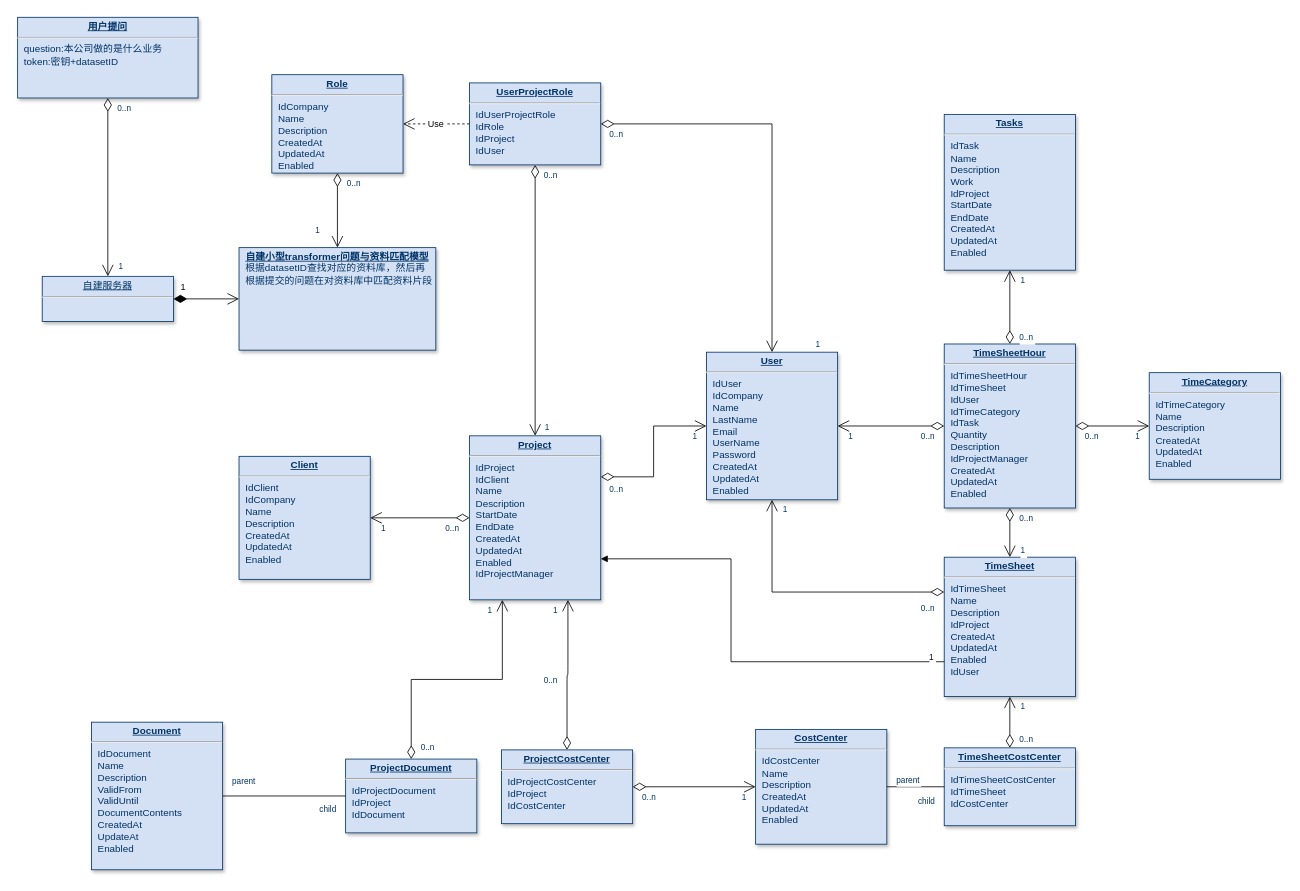
Before: 未命名绘图.drawio in jume2003/transformers, a draw.io diagram. Source tidied: cells renumbered, new cells numbered last; positions are measured from the earlier drawing's top-left corner, leaving out a move shared by most shapes. Both pictures are drawn from the tidied source at 82%, with x=0, y=0 at pixel (17, 17).
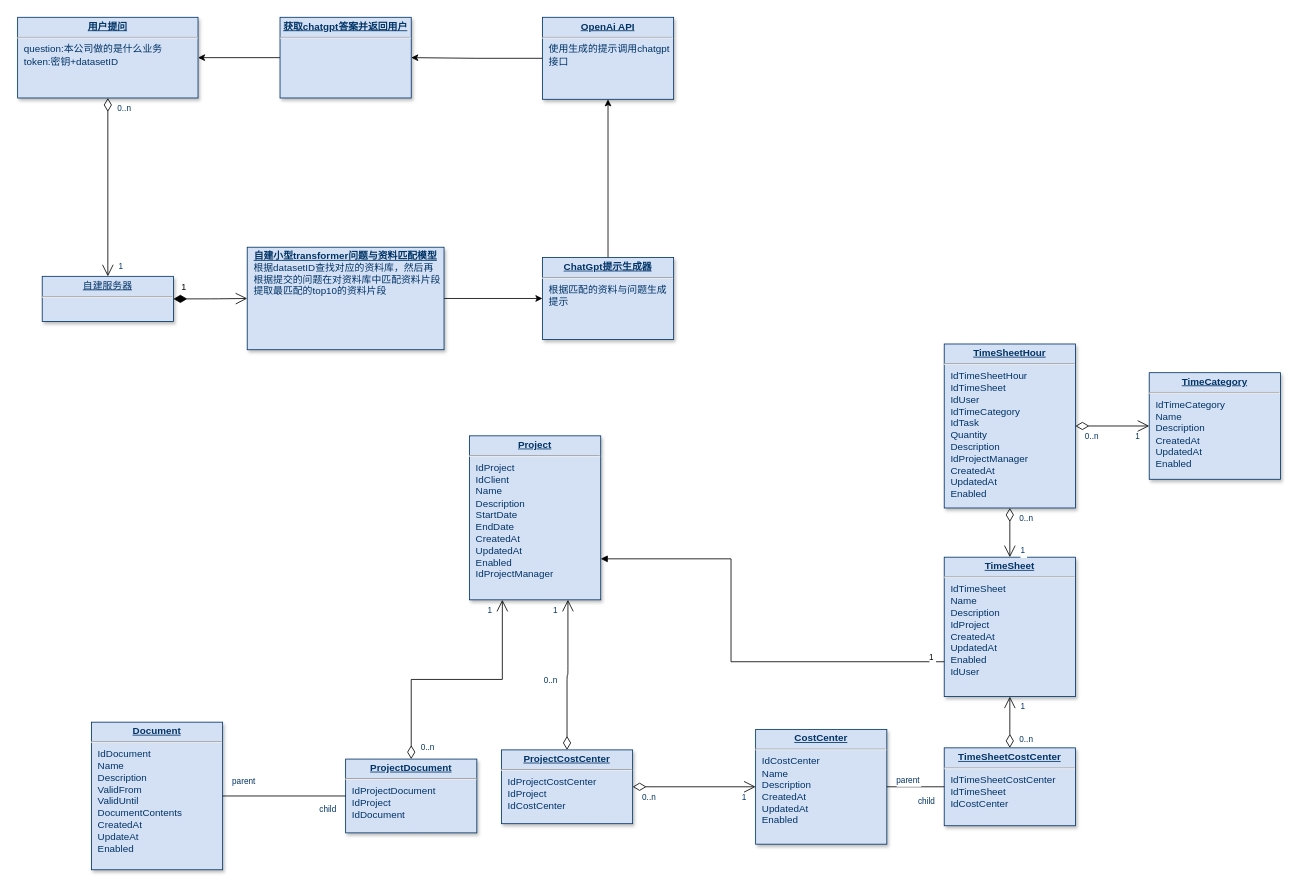
Above is the later version.

Commit message:
更新未命名绘图.drawio

The change refers to these unchanged cells:
```xml
<mxCell id="8" value="&lt;p style=&quot;margin: 0px; margin-top: 4px; text-align: center; text-decoration: underline;&quot;&gt;&lt;b&gt;用户提问&lt;/b&gt;&lt;/p&gt;&lt;hr&gt;&lt;p style=&quot;margin: 0px; margin-left: 8px;&quot;&gt;question:本公司做的是什么业务&lt;/p&gt;&lt;p style=&quot;margin: 0px; margin-left: 8px;&quot;&gt;token:密钥+datasetID&lt;/p&gt;" style="verticalAlign=top;align=left;overflow=fill;fontSize=12;fontFamily=Helvetica;html=1;strokeColor=#003366;shadow=1;fillColor=#D4E1F5;fontColor=#003366;" parent="1" vertex="1">
  <mxGeometry y="-0.4" width="220" height="98.4" as="geometry" />
</mxCell>
<mxCell id="9" value="&lt;p style=&quot;margin: 0px; margin-top: 4px; text-align: center; text-decoration: underline;&quot;&gt;&lt;strong&gt;TimeSheet&lt;/strong&gt;&lt;/p&gt;&lt;hr /&gt;&lt;p style=&quot;margin: 0px; margin-left: 8px;&quot;&gt;IdTimeSheet&lt;/p&gt;&lt;p style=&quot;margin: 0px; margin-left: 8px;&quot;&gt;Name&lt;/p&gt;&lt;p style=&quot;margin: 0px; margin-left: 8px;&quot;&gt;Description&lt;/p&gt;&lt;p style=&quot;margin: 0px; margin-left: 8px;&quot;&gt;IdProject&lt;/p&gt;&lt;p style=&quot;margin: 0px; margin-left: 8px;&quot;&gt;CreatedAt&lt;/p&gt;&lt;p style=&quot;margin: 0px; margin-left: 8px;&quot;&gt;UpdatedAt&lt;/p&gt;&lt;p style=&quot;margin: 0px; margin-left: 8px;&quot;&gt;Enabled&lt;/p&gt;&lt;p style=&quot;margin: 0px; margin-left: 8px;&quot;&gt;IdUser&lt;/p&gt;" style="verticalAlign=top;align=left;overflow=fill;fontSize=12;fontFamily=Helvetica;html=1;strokeColor=#003366;shadow=1;fillColor=#D4E1F5;fontColor=#003366;" parent="1" vertex="1">
  <mxGeometry x="1130" y="658" width="160" height="170" as="geometry" />
</mxCell>
<mxCell id="10" value="&lt;p style=&quot;margin: 0px; margin-top: 4px; text-align: center; text-decoration: underline;&quot;&gt;&lt;strong&gt;TimeSheetHour&lt;/strong&gt;&lt;/p&gt;&lt;hr /&gt;&lt;p style=&quot;margin: 0px; margin-left: 8px;&quot;&gt;IdTimeSheetHour&lt;br /&gt;IdTimeSheet&lt;/p&gt;&lt;p style=&quot;margin: 0px; margin-left: 8px;&quot;&gt;IdUser&lt;/p&gt;&lt;p style=&quot;margin: 0px; margin-left: 8px;&quot;&gt;IdTimeCategory&lt;/p&gt;&lt;p style=&quot;margin: 0px; margin-left: 8px;&quot;&gt;IdTask&lt;/p&gt;&lt;p style=&quot;margin: 0px; margin-left: 8px;&quot;&gt;Quantity&lt;/p&gt;&lt;p style=&quot;margin: 0px; margin-left: 8px;&quot;&gt;Description&lt;/p&gt;&lt;p style=&quot;margin: 0px; margin-left: 8px;&quot;&gt;IdProjectManager&lt;/p&gt;&lt;p style=&quot;margin: 0px; margin-left: 8px;&quot;&gt;CreatedAt&lt;/p&gt;&lt;p style=&quot;margin: 0px; margin-left: 8px;&quot;&gt;UpdatedAt&lt;/p&gt;&lt;p style=&quot;margin: 0px; margin-left: 8px;&quot;&gt;Enabled&lt;/p&gt;" style="verticalAlign=top;align=left;overflow=fill;fontSize=12;fontFamily=Helvetica;html=1;strokeColor=#003366;shadow=1;fillColor=#D4E1F5;fontColor=#003366;" parent="1" vertex="1">
  <mxGeometry x="1130" y="398" width="160" height="200" as="geometry" />
</mxCell>
<mxCell id="12" value="&lt;p style=&quot;margin: 0px; margin-top: 4px; text-align: center; text-decoration: underline;&quot;&gt;&lt;strong&gt;Project&lt;/strong&gt;&lt;/p&gt;&lt;hr /&gt;&lt;p style=&quot;margin: 0px; margin-left: 8px;&quot;&gt;IdProject&lt;/p&gt;&lt;p style=&quot;margin: 0px; margin-left: 8px;&quot;&gt;IdClient&lt;/p&gt;&lt;p style=&quot;margin: 0px; margin-left: 8px;&quot;&gt;Name&lt;/p&gt;&lt;p style=&quot;margin: 0px; margin-left: 8px;&quot;&gt;Description&lt;/p&gt;&lt;p style=&quot;margin: 0px; margin-left: 8px;&quot;&gt;StartDate&lt;/p&gt;&lt;p style=&quot;margin: 0px; margin-left: 8px;&quot;&gt;EndDate&lt;/p&gt;&lt;p style=&quot;margin: 0px; margin-left: 8px;&quot;&gt;CreatedAt&lt;/p&gt;&lt;p style=&quot;margin: 0px; margin-left: 8px;&quot;&gt;UpdatedAt&lt;/p&gt;&lt;p style=&quot;margin: 0px; margin-left: 8px;&quot;&gt;Enabled&lt;br /&gt;IdProjectManager&lt;/p&gt;" style="verticalAlign=top;align=left;overflow=fill;fontSize=12;fontFamily=Helvetica;html=1;strokeColor=#003366;shadow=1;fillColor=#D4E1F5;fontColor=#003366;" parent="1" vertex="1">
  <mxGeometry x="551.1" y="510" width="160" height="200" as="geometry" />
</mxCell>
```

What changed in the source:
```diff
@@
-    <mxCell id="2" value="&lt;p style=&quot;margin: 0px; margin-top: 4px; text-align: center; text-decoration: underline;&quot;&gt;&lt;strong&gt;Role&lt;/strong&gt;&lt;/p&gt;&lt;hr /&gt;&lt;p style=&quot;margin: 0px; margin-left: 8px;&quot;&gt;IdCompany&lt;br /&gt;Name&lt;/p&gt;&lt;p style=&quot;margin: 0px; margin-left: 8px;&quot;&gt;Description&lt;/p&gt;&lt;p style=&quot;margin: 0px; margin-left: 8px;&quot;&gt;CreatedAt&lt;/p&gt;&lt;p style=&quot;margin: 0px; margin-left: 8px;&quot;&gt;UpdatedAt&lt;/p&gt;&lt;p style=&quot;margin: 0px; margin-left: 8px;&quot;&gt;Enabled&lt;/p&gt;" style="verticalAlign=top;align=left;overflow=fill;fontSize=12;fontFamily=Helvetica;html=1;strokeColor=#003366;shadow=1;fillColor=#D4E1F5;fontColor=#003366;" parent="1" vertex="1">
-      <mxGeometry x="310" y="69.6" width="160" height="120" as="geometry" />
-    </mxCell>
+    <mxCell id="74" style="edgeStyle=orthogonalEdgeStyle;rounded=0;jettySize=auto;html=1;exitX=1;exitY=0.5;exitDx=0;exitDy=0;" parent="1" edge="1" source="3" target="6">
+      <mxGeometry relative="1" as="geometry" />
+    </mxCell>
-    <mxCell id="3" value="&lt;p style=&quot;margin: 0px; margin-top: 4px; text-align: center; text-decoration: underline;&quot;&gt;&lt;b&gt;自建小型transformer问题与资料匹配模型&lt;/b&gt;&lt;/p&gt;&lt;p style=&quot;margin: 0px; margin-left: 8px;&quot;&gt;根据datasetID查找对应的资料库，然后再&lt;/p&gt;&lt;p style=&quot;margin: 0px; margin-left: 8px;&quot;&gt;根据提交的问题在对资料库中匹配资料片段&lt;/p&gt;&lt;p style=&quot;margin: 0px; margin-left: 8px;&quot;&gt;&lt;br&gt;&lt;/p&gt;" style="verticalAlign=top;align=left;overflow=fill;fontSize=12;fontFamily=Helvetica;html=1;strokeColor=#003366;shadow=1;fillColor=#D4E1F5;fontColor=#003366;" parent="1" vertex="1">
-      <mxGeometry x="270" y="280.5" width="240" height="125" as="geometry" />
+    <mxCell id="3" value="&lt;p style=&quot;margin: 0px; margin-top: 4px; text-align: center; text-decoration: underline;&quot;&gt;&lt;b&gt;自建小型transformer问题与资料匹配模型&lt;/b&gt;&lt;/p&gt;&lt;p style=&quot;margin: 0px; margin-left: 8px;&quot;&gt;根据datasetID查找对应的资料库，然后再&lt;/p&gt;&lt;p style=&quot;margin: 0px; margin-left: 8px;&quot;&gt;根据提交的问题在对资料库中匹配资料片段&lt;/p&gt;&lt;p style=&quot;margin: 0px; margin-left: 8px;&quot;&gt;提取最匹配的top10的资料片段&lt;/p&gt;" style="verticalAlign=top;align=left;overflow=fill;fontSize=12;fontFamily=Helvetica;html=1;strokeColor=#003366;shadow=1;fillColor=#D4E1F5;fontColor=#003366;" parent="1" vertex="1">
+      <mxGeometry x="280" y="280" width="240" height="125" as="geometry" />
     </mxCell>
@@
+    <mxCell id="75" style="edgeStyle=orthogonalEdgeStyle;rounded=0;jettySize=auto;html=1;entryX=1;entryY=0.5;entryDx=0;entryDy=0;" parent="1" edge="1" source="5" target="8">
+      <mxGeometry relative="1" as="geometry" />
+    </mxCell>
-    <mxCell id="5" value="&lt;p style=&quot;margin: 0px; margin-top: 4px; text-align: center; text-decoration: underline;&quot;&gt;&lt;strong&gt;User&lt;/strong&gt;&lt;/p&gt;&lt;hr /&gt;&lt;p style=&quot;margin: 0px; margin-left: 8px;&quot;&gt;IdUser&lt;/p&gt;&lt;p style=&quot;margin: 0px; margin-left: 8px;&quot;&gt;IdCompany&lt;/p&gt;&lt;p style=&quot;margin: 0px; margin-left: 8px;&quot;&gt;Name&lt;/p&gt;&lt;p style=&quot;margin: 0px; margin-left: 8px;&quot;&gt;LastName&lt;/p&gt;&lt;p style=&quot;margin: 0px; margin-left: 8px;&quot;&gt;Email&lt;/p&gt;&lt;p style=&quot;margin: 0px; margin-left: 8px;&quot;&gt;UserName&lt;/p&gt;&lt;p style=&quot;margin: 0px; margin-left: 8px;&quot;&gt;Password&lt;/p&gt;&lt;p style=&quot;margin: 0px; margin-left: 8px;&quot;&gt;CreatedAt&lt;/p&gt;&lt;p style=&quot;margin: 0px; margin-left: 8px;&quot;&gt;UpdatedAt&lt;/p&gt;&lt;p style=&quot;margin: 0px; margin-left: 8px;&quot;&gt;Enabled&lt;/p&gt;" style="verticalAlign=top;align=left;overflow=fill;fontSize=12;fontFamily=Helvetica;html=1;strokeColor=#003366;shadow=1;fillColor=#D4E1F5;fontColor=#003366;" parent="1" vertex="1">
-      <mxGeometry x="840" y="408" width="160" height="180" as="geometry" />
+    <mxCell id="5" value="&lt;p style=&quot;margin: 0px; margin-top: 4px; text-align: center; text-decoration: underline;&quot;&gt;&lt;b&gt;获取chatgpt答案并返回用户&lt;/b&gt;&lt;/p&gt;&lt;hr&gt;&lt;p style=&quot;margin: 0px; margin-left: 8px;&quot;&gt;&lt;br&gt;&lt;/p&gt;" style="verticalAlign=top;align=left;overflow=fill;fontSize=12;fontFamily=Helvetica;html=1;strokeColor=#003366;shadow=1;fillColor=#D4E1F5;fontColor=#003366;" parent="1" vertex="1">
+      <mxGeometry x="320" y="-0.4" width="160" height="98.4" as="geometry" />
     </mxCell>
+    <mxCell id="76" style="edgeStyle=orthogonalEdgeStyle;rounded=0;jettySize=auto;html=1;exitX=0.5;exitY=0;exitDx=0;exitDy=0;" parent="1" edge="1" source="6" target="18">
+      <mxGeometry relative="1" as="geometry" />
+    </mxCell>
-    <mxCell id="6" value="&lt;p style=&quot;margin: 0px; margin-top: 4px; text-align: center; text-decoration: underline;&quot;&gt;&lt;strong&gt;UserProjectRole&lt;/strong&gt;&lt;/p&gt;&lt;hr /&gt;&lt;p style=&quot;margin: 0px; margin-left: 8px;&quot;&gt;IdUserProjectRole&lt;/p&gt;&lt;p style=&quot;margin: 0px; margin-left: 8px;&quot;&gt;IdRole&lt;/p&gt;&lt;p style=&quot;margin: 0px; margin-left: 8px;&quot;&gt;IdProject&lt;/p&gt;&lt;p style=&quot;margin: 0px; margin-left: 8px;&quot;&gt;IdUser&lt;/p&gt;" style="verticalAlign=top;align=left;overflow=fill;fontSize=12;fontFamily=Helvetica;html=1;strokeColor=#003366;shadow=1;fillColor=#D4E1F5;fontColor=#003366;" parent="1" vertex="1">
-      <mxGeometry x="551.1" y="79.6" width="160" height="100" as="geometry" />
+    <mxCell id="6" value="&lt;p style=&quot;margin: 0px; margin-top: 4px; text-align: center; text-decoration: underline;&quot;&gt;&lt;b&gt;ChatGpt提示生成器&lt;/b&gt;&lt;/p&gt;&lt;hr&gt;&lt;p style=&quot;margin: 0px; margin-left: 8px;&quot;&gt;根据匹配的资料与问题生成&lt;/p&gt;&lt;p style=&quot;margin: 0px; margin-left: 8px;&quot;&gt;提示&lt;/p&gt;" style="verticalAlign=top;align=left;overflow=fill;fontSize=12;fontFamily=Helvetica;html=1;strokeColor=#003366;shadow=1;fillColor=#D4E1F5;fontColor=#003366;" parent="1" vertex="1">
+      <mxGeometry x="640" y="292.5" width="160" height="100" as="geometry" />
     </mxCell>
-    <mxCell id="7" value="&lt;p style=&quot;margin: 0px; margin-top: 4px; text-align: center; text-decoration: underline;&quot;&gt;&lt;strong&gt;Client&lt;/strong&gt;&lt;/p&gt;&lt;hr /&gt;&lt;p style=&quot;margin: 0px; margin-left: 8px;&quot;&gt;IdClient&lt;/p&gt;&lt;p style=&quot;margin: 0px; margin-left: 8px;&quot;&gt;IdCompany&lt;/p&gt;&lt;p style=&quot;margin: 0px; margin-left: 8px;&quot;&gt;Name&lt;/p&gt;&lt;p style=&quot;margin: 0px; margin-left: 8px;&quot;&gt;Description&lt;/p&gt;&lt;p style=&quot;margin: 0px; margin-left: 8px;&quot;&gt;CreatedAt&lt;/p&gt;&lt;p style=&quot;margin: 0px; margin-left: 8px;&quot;&gt;UpdatedAt&lt;/p&gt;&lt;p style=&quot;margin: 0px; margin-left: 8px;&quot;&gt;Enabled&lt;/p&gt;" style="verticalAlign=top;align=left;overflow=fill;fontSize=12;fontFamily=Helvetica;html=1;strokeColor=#003366;shadow=1;fillColor=#D4E1F5;fontColor=#003366;" parent="1" vertex="1">
-      <mxGeometry x="270" y="535" width="160" height="150" as="geometry" />
-    </mxCell>
@@
+    <mxCell id="77" style="edgeStyle=orthogonalEdgeStyle;rounded=0;jettySize=auto;html=1;exitX=0;exitY=0.5;exitDx=0;exitDy=0;entryX=1;entryY=0.5;entryDx=0;entryDy=0;" parent="1" edge="1" source="18" target="5">
+      <mxGeometry relative="1" as="geometry" />
+    </mxCell>
-    <mxCell id="18" value="&lt;p style=&quot;margin: 0px; margin-top: 4px; text-align: center; text-decoration: underline;&quot;&gt;&lt;strong&gt;Tasks&lt;/strong&gt;&lt;/p&gt;&lt;hr /&gt;&lt;p style=&quot;margin: 0px; margin-left: 8px;&quot;&gt;IdTask&lt;/p&gt;&lt;p style=&quot;margin: 0px; margin-left: 8px;&quot;&gt;Name&lt;/p&gt;&lt;p style=&quot;margin: 0px; margin-left: 8px;&quot;&gt;Description&lt;/p&gt;&lt;p style=&quot;margin: 0px; margin-left: 8px;&quot;&gt;Work&lt;/p&gt;&lt;p style=&quot;margin: 0px; margin-left: 8px;&quot;&gt;IdProject&lt;/p&gt;&lt;p style=&quot;margin: 0px; margin-left: 8px;&quot;&gt;StartDate&lt;/p&gt;&lt;p style=&quot;margin: 0px; margin-left: 8px;&quot;&gt;EndDate&lt;/p&gt;&lt;p style=&quot;margin: 0px; margin-left: 8px;&quot;&gt;CreatedAt&lt;/p&gt;&lt;p style=&quot;margin: 0px; margin-left: 8px;&quot;&gt;UpdatedAt&lt;/p&gt;&lt;p style=&quot;margin: 0px; margin-left: 8px;&quot;&gt;Enabled&lt;/p&gt;" style="verticalAlign=top;align=left;overflow=fill;fontSize=12;fontFamily=Helvetica;html=1;strokeColor=#003366;shadow=1;fillColor=#D4E1F5;fontColor=#003366;" parent="1" vertex="1">
-      <mxGeometry x="1130" y="118" width="160" height="190" as="geometry" />
+    <mxCell id="18" value="&lt;p style=&quot;margin: 0px; margin-top: 4px; text-align: center; text-decoration: underline;&quot;&gt;&lt;b&gt;OpenAi API&lt;/b&gt;&lt;/p&gt;&lt;hr&gt;&lt;p style=&quot;margin: 0px; margin-left: 8px;&quot;&gt;使用生成的提示调用chatgpt&lt;/p&gt;&lt;p style=&quot;margin: 0px; margin-left: 8px;&quot;&gt;接口&lt;/p&gt;" style="verticalAlign=top;align=left;overflow=fill;fontSize=12;fontFamily=Helvetica;html=1;strokeColor=#003366;shadow=1;fillColor=#D4E1F5;fontColor=#003366;" parent="1" vertex="1">
+      <mxGeometry x="640" y="-0.4" width="160" height="100" as="geometry" />
     </mxCell>
-    <mxCell id="19" style="endArrow=open;endSize=12;startArrow=diamondThin;startSize=14;startFill=0;edgeStyle=orthogonalEdgeStyle;" parent="1" edge="1" source="2" target="3">
-      <mxGeometry y="160" as="geometry" />
-    </mxCell>
-    <mxCell id="20" value="0..n" style="align=left;verticalAlign=top;labelBackgroundColor=#ffffff;fontSize=10;strokeColor=#003366;shadow=1;fillColor=#D4E1F5;fontColor=#003366;" parent="19" vertex="1">
-      <mxGeometry x="-1" relative="1" as="geometry">
-        <mxPoint x="10" as="offset" />
-      </mxGeometry>
-    </mxCell>
-    <mxCell id="21" value="1" style="align=right;verticalAlign=top;labelBackgroundColor=#ffffff;fontSize=10;strokeColor=#003366;shadow=1;fillColor=#D4E1F5;fontColor=#003366;" parent="19" vertex="1">
-      <mxGeometry x="1" relative="1" as="geometry">
-        <mxPoint x="590" y="105" as="offset" />
-      </mxGeometry>
-    </mxCell>
-    <mxCell id="22" style="endArrow=open;endSize=12;startArrow=diamondThin;startSize=14;startFill=0;edgeStyle=orthogonalEdgeStyle;rounded=0;" parent="1" edge="1" source="6" target="5">
-      <mxGeometry x="519.4" y="180" as="geometry" />
-    </mxCell>
-    <mxCell id="23" value="0..n" style="align=left;verticalAlign=top;labelBackgroundColor=#ffffff;fontSize=10;strokeColor=#003366;shadow=1;fillColor=#D4E1F5;fontColor=#003366;" parent="22" vertex="1">
-      <mxGeometry x="-1" relative="1" as="geometry">
-        <mxPoint x="8.9" as="offset" />
-      </mxGeometry>
-    </mxCell>
-    <mxCell id="24" value="1" style="align=right;verticalAlign=top;labelBackgroundColor=#ffffff;fontSize=10;strokeColor=#003366;shadow=1;fillColor=#D4E1F5;fontColor=#003366;" parent="22" vertex="1">
-      <mxGeometry x="1" relative="1" as="geometry">
-        <mxPoint x="-550" y="-160" as="offset" />
-      </mxGeometry>
-    </mxCell>
-    <mxCell id="25" style="endArrow=open;endSize=12;startArrow=diamondThin;startSize=14;startFill=0;edgeStyle=orthogonalEdgeStyle;exitX=1;exitY=0.25;rounded=0;" parent="1" edge="1" source="12" target="5">
-      <mxGeometry x="769.4" y="450" as="geometry" />
-    </mxCell>
-    <mxCell id="26" value="0..n" style="align=left;verticalAlign=top;labelBackgroundColor=#ffffff;fontSize=10;strokeColor=#003366;shadow=1;fillColor=#D4E1F5;fontColor=#003366;" parent="25" vertex="1">
-      <mxGeometry x="-1" relative="1" as="geometry">
-        <mxPoint x="8.9" y="3" as="offset" />
-      </mxGeometry>
-    </mxCell>
-    <mxCell id="27" value="1" style="align=right;verticalAlign=top;labelBackgroundColor=#ffffff;fontSize=10;strokeColor=#003366;shadow=1;fillColor=#D4E1F5;fontColor=#003366;" parent="25" vertex="1">
-      <mxGeometry x="1" relative="1" as="geometry">
-        <mxPoint x="-10" as="offset" />
-      </mxGeometry>
-    </mxCell>
-    <mxCell id="28" style="endArrow=open;endSize=12;startArrow=diamondThin;startSize=14;startFill=0;edgeStyle=orthogonalEdgeStyle;" parent="1" edge="1" source="6" target="12">
-      <mxGeometry x="389.4" y="350" as="geometry" />
-    </mxCell>
-    <mxCell id="29" value="0..n" style="align=left;verticalAlign=top;labelBackgroundColor=#ffffff;fontSize=10;strokeColor=#003366;shadow=1;fillColor=#D4E1F5;fontColor=#003366;" parent="28" vertex="1">
-      <mxGeometry x="-1" relative="1" as="geometry">
-        <mxPoint x="8.9" as="offset" />
-      </mxGeometry>
-    </mxCell>
-    <mxCell id="30" value="1" style="align=right;verticalAlign=top;labelBackgroundColor=#ffffff;fontSize=10;strokeColor=#003366;shadow=1;fillColor=#D4E1F5;fontColor=#003366;" parent="28" vertex="1">
-      <mxGeometry x="1" relative="1" as="geometry">
-        <mxPoint x="18.9" y="-22" as="offset" />
-      </mxGeometry>
-    </mxCell>
-    <mxCell id="31" style="endArrow=open;endSize=12;startArrow=diamondThin;startSize=14;startFill=0;edgeStyle=orthogonalEdgeStyle;exitX=0;exitY=0.25;rounded=0;" parent="1" edge="1" source="9" target="5">
-      <mxGeometry x="1209.4" y="170" as="geometry" />
-    </mxCell>
-    <mxCell id="32" value="0..n" style="align=left;verticalAlign=top;labelBackgroundColor=#ffffff;fontSize=10;strokeColor=#003366;shadow=1;fillColor=#D4E1F5;fontColor=#003366;" parent="31" vertex="1">
-      <mxGeometry x="-1" relative="1" as="geometry">
-        <mxPoint x="-30" y="7.5" as="offset" />
-      </mxGeometry>
-    </mxCell>
-    <mxCell id="33" value="1" style="align=right;verticalAlign=top;labelBackgroundColor=#ffffff;fontSize=10;strokeColor=#003366;shadow=1;fillColor=#D4E1F5;fontColor=#003366;" parent="31" vertex="1">
-      <mxGeometry x="1" relative="1" as="geometry">
-        <mxPoint x="20" as="offset" />
-      </mxGeometry>
-    </mxCell>
@@
-    <mxCell id="52" style="endArrow=open;endSize=12;startArrow=diamondThin;startSize=14;startFill=0;edgeStyle=orthogonalEdgeStyle;" parent="1" edge="1" source="10" target="18">
-      <mxGeometry x="1119.4" y="540" as="geometry" />
-    </mxCell>
-    <mxCell id="53" value="0..n" style="align=left;verticalAlign=top;labelBackgroundColor=#ffffff;fontSize=10;strokeColor=#003366;shadow=1;fillColor=#D4E1F5;fontColor=#003366;" parent="52" vertex="1">
-      <mxGeometry x="-1" relative="1" as="geometry">
-        <mxPoint x="10" y="-20" as="offset" />
-      </mxGeometry>
-    </mxCell>
-    <mxCell id="54" value="1" style="align=right;verticalAlign=top;labelBackgroundColor=#ffffff;fontSize=10;strokeColor=#003366;shadow=1;fillColor=#D4E1F5;fontColor=#003366;" parent="52" vertex="1">
-      <mxGeometry x="1" relative="1" as="geometry">
-        <mxPoint x="20" as="offset" />
-      </mxGeometry>
-    </mxCell>
-    <mxCell id="55" style="endArrow=open;endSize=12;startArrow=diamondThin;startSize=14;startFill=0;edgeStyle=orthogonalEdgeStyle;" parent="1" edge="1" source="10" target="5">
-      <mxGeometry x="1389.4" y="130" as="geometry" />
-    </mxCell>
-    <mxCell id="56" value="0..n" style="align=left;verticalAlign=top;labelBackgroundColor=#ffffff;fontSize=10;strokeColor=#003366;shadow=1;fillColor=#D4E1F5;fontColor=#003366;" parent="55" vertex="1">
-      <mxGeometry x="-1" relative="1" as="geometry">
-        <mxPoint x="-30" as="offset" />
-      </mxGeometry>
-    </mxCell>
-    <mxCell id="57" value="1" style="align=right;verticalAlign=top;labelBackgroundColor=#ffffff;fontSize=10;strokeColor=#003366;shadow=1;fillColor=#D4E1F5;fontColor=#003366;" parent="55" vertex="1">
-      <mxGeometry x="1" relative="1" as="geometry">
-        <mxPoint x="20" as="offset" />
-      </mxGeometry>
-    </mxCell>
@@
-    <mxCell id="61" style="endArrow=open;endSize=12;startArrow=diamondThin;startSize=14;startFill=0;edgeStyle=orthogonalEdgeStyle;" parent="1" edge="1" source="12" target="7">
-      <mxGeometry x="369.4" y="360" as="geometry" />
-    </mxCell>
-    <mxCell id="62" value="0..n" style="align=left;verticalAlign=top;labelBackgroundColor=#ffffff;fontSize=10;strokeColor=#003366;shadow=1;fillColor=#D4E1F5;fontColor=#003366;" parent="61" vertex="1">
-      <mxGeometry x="-1" relative="1" as="geometry">
-        <mxPoint x="-31.1" as="offset" />
-      </mxGeometry>
-    </mxCell>
-    <mxCell id="63" value="1" style="align=right;verticalAlign=top;labelBackgroundColor=#ffffff;fontSize=10;strokeColor=#003366;shadow=1;fillColor=#D4E1F5;fontColor=#003366;" parent="61" vertex="1">
-      <mxGeometry x="1" relative="1" as="geometry">
-        <mxPoint x="20" as="offset" />
-      </mxGeometry>
-    </mxCell>
-    <mxCell id="64" value="Use" style="endArrow=open;endSize=12;dashed=1;" parent="1" edge="1" source="6" target="2">
-      <mxGeometry x="430" y="50" as="geometry" />
-    </mxCell>
```
